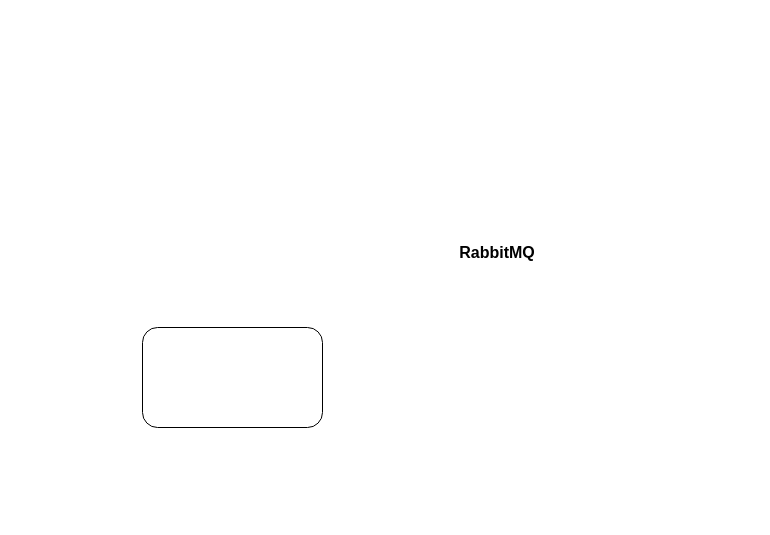
Earlier version of the draw.io diagram 未命名绘图.drawio (qwddkxs/Diagrams). Source tidied: cells renumbered, new cells numbered last; positions are measured from the earlier drawing's top-left corner, leaving out a move shared by most shapes. Both pictures are drawn from the tidied source at 100%, with x=0, y=0 at pixel (142, 217).
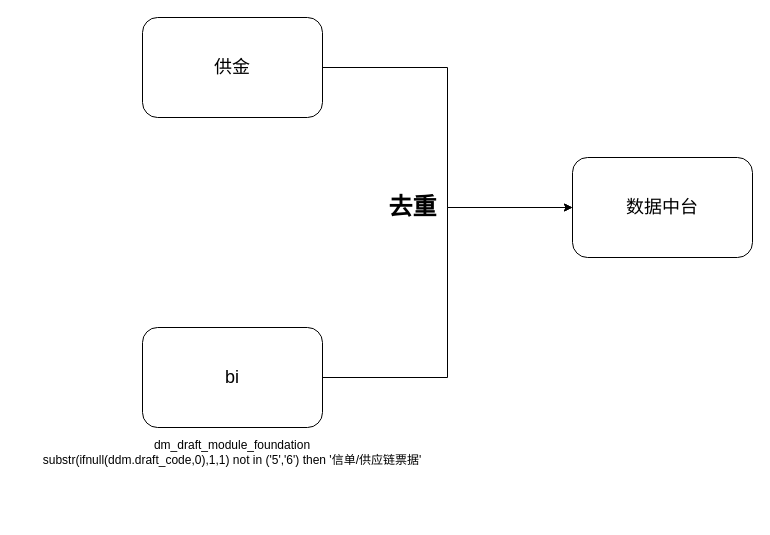
The same page after the edit.

What changed in the source:
```diff
@@
 <mxGraphModel>
   <root>
     <mxCell id="0" />
     <mxCell id="1" parent="0" />
+    <mxCell id="4" style="edgeStyle=orthogonalEdgeStyle;rounded=0;jettySize=auto;html=1;exitX=1;exitY=0.5;exitDx=0;exitDy=0;entryX=0;entryY=0.5;entryDx=0;entryDy=0;" parent="1" edge="1" source="2" target="7">
+      <mxGeometry relative="1" as="geometry" />
+    </mxCell>
-    <mxCell id="2" style="rounded=1;whiteSpace=wrap;html=1;" parent="1" vertex="1">
+    <mxCell id="2" value="&lt;font style=&quot;font-size: 18px;&quot;&gt;bi&lt;/font&gt;" style="rounded=1;whiteSpace=wrap;html=1;" parent="1" vertex="1">
       <mxGeometry y="110" width="180" height="100" as="geometry" />
     </mxCell>
-    <mxCell id="3" value="RabbitMQ" style="text;html=1;strokeColor=none;fillColor=none;align=center;verticalAlign=middle;whiteSpace=wrap;rounded=0;fontSize=16;fontStyle=1;" parent="1" vertex="1">
-      <mxGeometry x="270" width="170" height="70" as="geometry" />
-    </mxCell>
+    <mxCell id="5" style="edgeStyle=orthogonalEdgeStyle;rounded=0;jettySize=auto;html=1;exitX=1;exitY=0.5;exitDx=0;exitDy=0;entryX=0;entryY=0.5;entryDx=0;entryDy=0;" parent="1" edge="1" source="6" target="7">
+      <mxGeometry relative="1" as="geometry" />
+    </mxCell>
+    <mxCell id="6" value="&lt;span style=&quot;font-size: 18px;&quot;&gt;供金&lt;/span&gt;" style="rounded=1;whiteSpace=wrap;html=1;" parent="1" vertex="1">
+      <mxGeometry y="-200" width="180" height="100" as="geometry" />
+    </mxCell>
+    <mxCell id="7" value="&lt;span style=&quot;font-size: 18px;&quot;&gt;数据中台&lt;/span&gt;" style="rounded=1;whiteSpace=wrap;html=1;" parent="1" vertex="1">
+      <mxGeometry x="430" y="-60" width="180" height="100" as="geometry" />
+    </mxCell>
+    <mxCell id="8" value="去重" style="text;strokeColor=none;fillColor=none;html=1;fontSize=24;fontStyle=1;verticalAlign=middle;align=center;" parent="1" vertex="1">
+      <mxGeometry x="220" y="-30" width="100" height="40" as="geometry" />
+    </mxCell>
+    <mxCell id="9" value="dm_draft_module_foundation&lt;br&gt;substr(ifnull(ddm.draft_code,0),1,1) not in ('5','6') then '信单/供应链票据'" style="text;html=1;strokeColor=none;fillColor=none;align=center;verticalAlign=middle;whiteSpace=wrap;overflow=hidden;" parent="1" vertex="1">
+      <mxGeometry x="-125" y="170" width="430" height="130" as="geometry" />
+    </mxCell>
   </root>
 </mxGraphModel>
```
